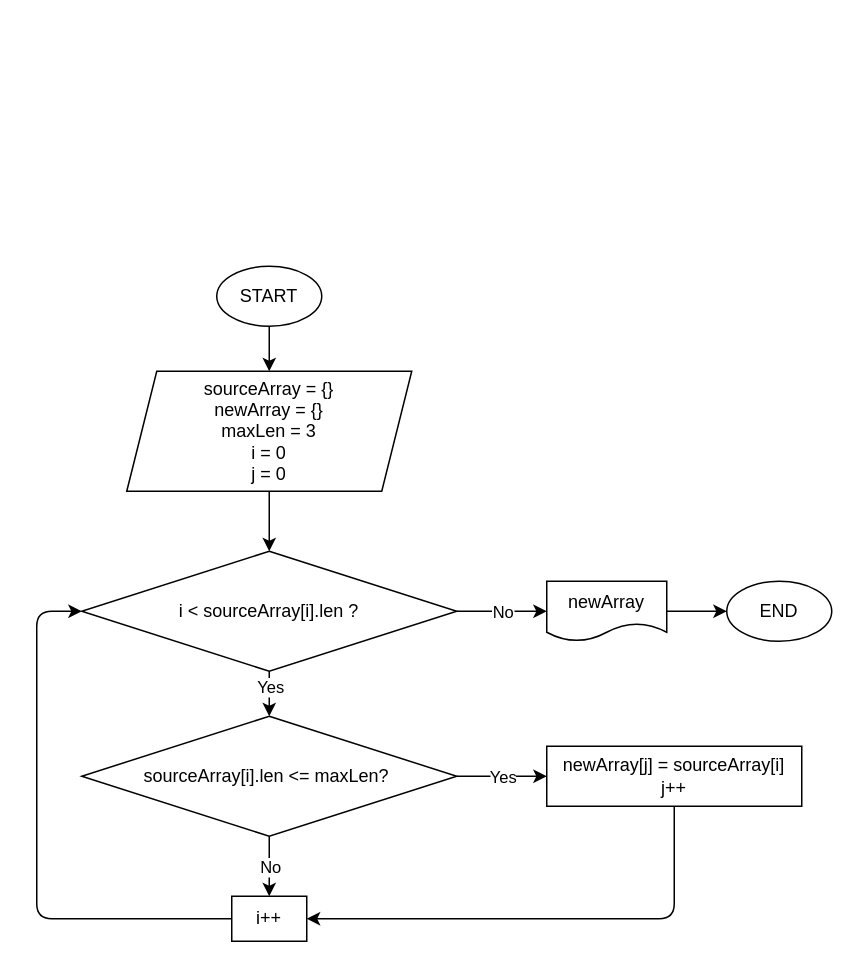
Above: BlockScheme.drawio in maslaff/GBEdu_GetFilteredArray (draw.io), before the change. Source tidied: cells renumbered, new cells numbered last; positions are measured from the earlier drawing's top-left corner, leaving out a move shared by most shapes. Both pictures are drawn from the tidied source at 150%, with x=0, y=0 at pixel (36, 266).
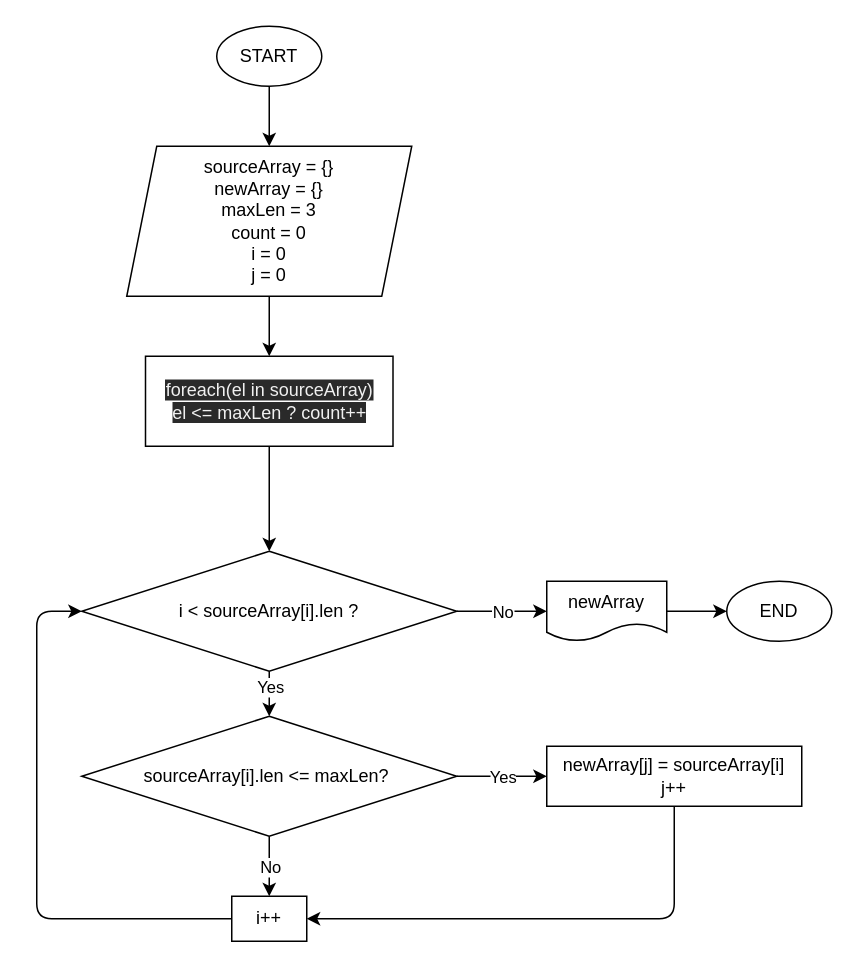
Above is the later version.

Unchanged cells that the change refers to:
```xml
<mxCell id="19" value="i &amp;lt; sourceArray[i].len ?" style="rhombus;whiteSpace=wrap;html=1;" parent="1" vertex="1">
  <mxGeometry x="30" y="190" width="250" height="80" as="geometry" />
</mxCell>
```

Diff of the diagram source:
```diff
@@
     <mxCell id="3" value="START" style="ellipse;whiteSpace=wrap;html=1;" parent="1" vertex="1">
-      <mxGeometry x="120" width="70" height="40" as="geometry" />
+      <mxGeometry x="120" y="-160" width="70" height="40" as="geometry" />
     </mxCell>
@@
-    <mxCell id="5" style="edgeStyle=none;html=1;" parent="1" edge="1" source="6" target="19">
-      <mxGeometry relative="1" as="geometry" />
-    </mxCell>
+    <mxCell id="23" style="edgeStyle=none;html=1;" parent="1" edge="1" source="6">
+      <mxGeometry relative="1" as="geometry">
+        <mxPoint x="155" y="60" as="targetPoint" />
+      </mxGeometry>
+    </mxCell>
-    <mxCell id="6" value="sourceArray = {}&lt;br&gt;newArray = {}&lt;br&gt;maxLen = 3&lt;br&gt;i = 0&lt;br&gt;j = 0" style="shape=parallelogram;perimeter=parallelogramPerimeter;whiteSpace=wrap;html=1;fixedSize=1;" parent="1" vertex="1">
-      <mxGeometry x="60" y="70" width="190" height="80" as="geometry" />
+    <mxCell id="6" value="sourceArray = {}&lt;br&gt;newArray = {}&lt;br&gt;maxLen = 3&lt;br&gt;count = 0&lt;br&gt;i = 0&lt;br&gt;j = 0" style="shape=parallelogram;perimeter=parallelogramPerimeter;whiteSpace=wrap;html=1;fixedSize=1;" parent="1" vertex="1">
+      <mxGeometry x="60" y="-80" width="190" height="100" as="geometry" />
     </mxCell>
@@
+    <mxCell id="24" style="edgeStyle=none;html=1;exitX=0.5;exitY=1;exitDx=0;exitDy=0;" parent="1" edge="1" source="25" target="19">
+      <mxGeometry relative="1" as="geometry" />
+    </mxCell>
+    <mxCell id="25" value="&lt;span style=&quot;color: rgb(240, 240, 240); font-family: helvetica; font-size: 12px; font-style: normal; font-weight: 400; letter-spacing: normal; text-align: center; text-indent: 0px; text-transform: none; word-spacing: 0px; background-color: rgb(42, 42, 42); display: inline; float: none;&quot;&gt;foreach(el in sourceArray)&lt;/span&gt;&lt;br style=&quot;color: rgb(240, 240, 240); font-family: helvetica; font-size: 12px; font-style: normal; font-weight: 400; letter-spacing: normal; text-align: center; text-indent: 0px; text-transform: none; word-spacing: 0px; background-color: rgb(42, 42, 42);&quot;&gt;&lt;span style=&quot;color: rgb(240, 240, 240); font-family: helvetica; font-size: 12px; font-style: normal; font-weight: 400; letter-spacing: normal; text-align: center; text-indent: 0px; text-transform: none; word-spacing: 0px; background-color: rgb(42, 42, 42); display: inline; float: none;&quot;&gt;el &amp;lt;= maxLen ? count++&lt;/span&gt;" style="rounded=0;whiteSpace=wrap;html=1;" parent="1" vertex="1">
+      <mxGeometry x="72.5" y="60" width="165" height="60" as="geometry" />
+    </mxCell>
```
